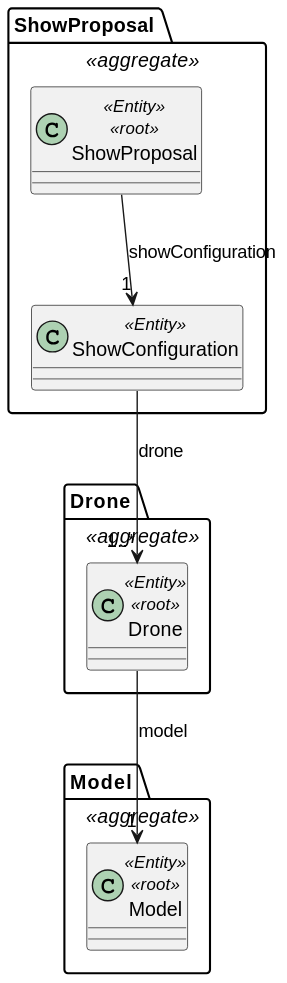
The PlantUML diagram docs/SPRINT_3/US311/images/domain_model_us311.svg in diogoveirospro/sem4pi-2024-2025-sem4pi_2024_2025_g44, before a commit.
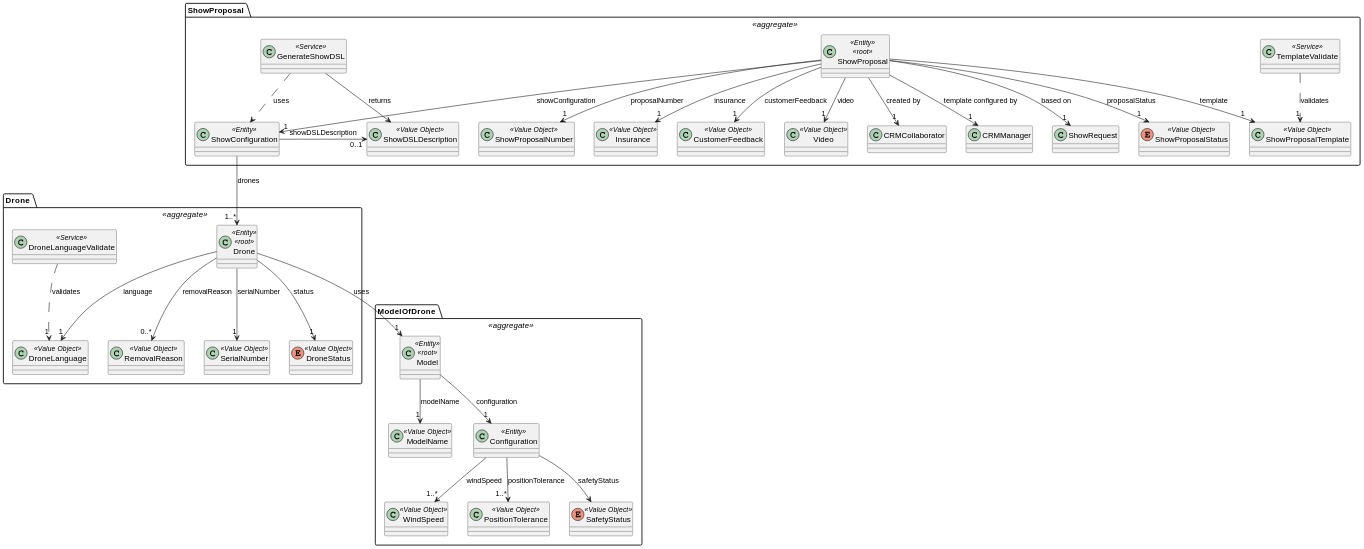
Later version of the same file.

Commit message:
#37 update domain model and readme

Diff of the diagram source:
```diff
@@ -1,25 +1,114 @@
 @startuml
+package "Drone " <<aggregate>> {
+
+    class Drone <<Entity>> <<root>>{
+    }
+
+    class SerialNumber <<Value Object>>{
+    }
+
+    enum DroneStatus <<Value Object>>{
+    }
+
+    class RemovalReason <<Value Object>>{
+    }
+
+    class DroneLanguage <<Value Object>>{
+    }
+
+    class DroneLanguageValidate <<Service>>{
+    }
+
+    Drone --> "1" DroneStatus: status
+    Drone --> "1" SerialNumber: serialNumber
+    Drone --> "0..*" RemovalReason: removalReason
+    Drone --> "1" DroneLanguage: language
+
+    DroneLanguageValidate ..> "1" DroneLanguage: validates
+}
+
+package "ModelOfDrone " <<aggregate>> {
+
+    class Model <<Entity>> <<root>>{
+    }
+    class ModelName <<Value Object>>{
+    }
+    class Configuration <<Entity>>{
+    }
+
+    class WindSpeed <<Value Object>>{
+    }
+
+    class PositionTolerance <<Value Object>>{
+    }
+
+    enum SafetyStatus <<Value Object>>{
+    }
+
+    Model --> "1" Configuration: configuration
+    Configuration --> "1..*" WindSpeed: windSpeed
+    Configuration --> "1..*" PositionTolerance: positionTolerance
+    Model --> "1" ModelName: modelName
+    Configuration --> SafetyStatus: safetyStatus
 
 
-package "ShowProposal " <<aggregate>> {
+    Drone --> "1" Model: uses
 
-  class ShowProposal <<Entity>> <<root>>{
+}
+
+package "ShowProposal " <<aggregate>>{
+
+    enum ShowProposalStatus <<Value Object>>{
     }
 
-   class ShowConfiguration <<Entity>>{
-      }
-      }
-package "Drone " <<aggregate>> {
+    class ShowProposal <<Entity>> <<root>>{
+    }
 
-   class Drone <<Entity>> <<root>>{
-      }
+    class ShowProposalTemplate <<Value Object>>{
+    }
+
+    class ShowProposalNumber <<Value Object>>{
+    }
+
+    class Insurance <<Value Object>>{
+    }
+
+    class CustomerFeedback <<Value Object>>{
+    }
+
+    class ShowConfiguration <<Entity>>{
+    }
+
+    class Video <<Value Object>>{
+    }
+
+    class TemplateValidate <<Service>> {
+    }
+
+    class ShowDSLDescription <<Value Object>> {
+    }
+
+    class GenerateShowDSL <<Service>> {
+    }
+
+    ShowProposal --> "1" CustomerFeedback: customerFeedback
+    ShowProposal --> "1" CRMCollaborator: created by
+    ShowProposal --> "1" CRMManager: template configured by
+    ShowProposal --> "1" ShowRequest: based on
+    ShowProposal --> "1" ShowProposalStatus: proposalStatus
+    ShowProposal --> "1" ShowProposalTemplate: template
+    ShowProposal --> "1" ShowProposalNumber: proposalNumber
+    ShowProposal --> "1" Insurance: insurance
+    ShowProposal --> "1" ShowConfiguration: showConfiguration
+    ShowProposal --> "1" Video: video
+
+    GenerateShowDSL ..> ShowConfiguration: uses
+    GenerateShowDSL --> ShowDSLDescription: returns
+
+    TemplateValidate ..> "1" ShowProposalTemplate: validates
+
+    ShowConfiguration --> "1..*" Drone: drones
+    ShowConfiguration -> "0..1" ShowDSLDescription: showDSLDescription
+
 }
-package "Model " <<aggregate>> {
-
-     class Model <<Entity>> <<root>>{
-      }
-}
-      ShowProposal --> "1" ShowConfiguration: showConfiguration
-      Drone --> "1" Model: model
-      ShowConfiguration --> "1..*" Drone: drone
 @enduml
```
